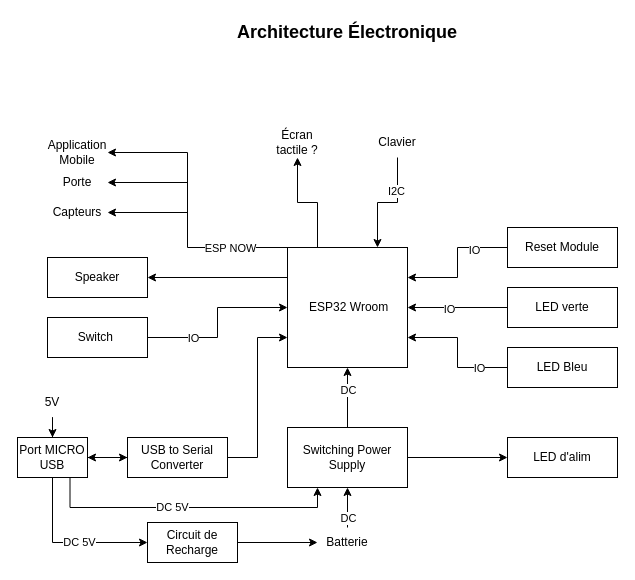
This is Panneau/Architecture/ArchitectureÉlectroniquePanneau.drawio from CamFo/SecurityDoor, a draw.io file, before an edit. Source tidied: cells renumbered, new cells numbered last; positions are measured from the earlier drawing's top-left corner, leaving out a move shared by most shapes. Both pictures are drawn from the tidied source at 100%, with x=0, y=0 at pixel (17, 17).
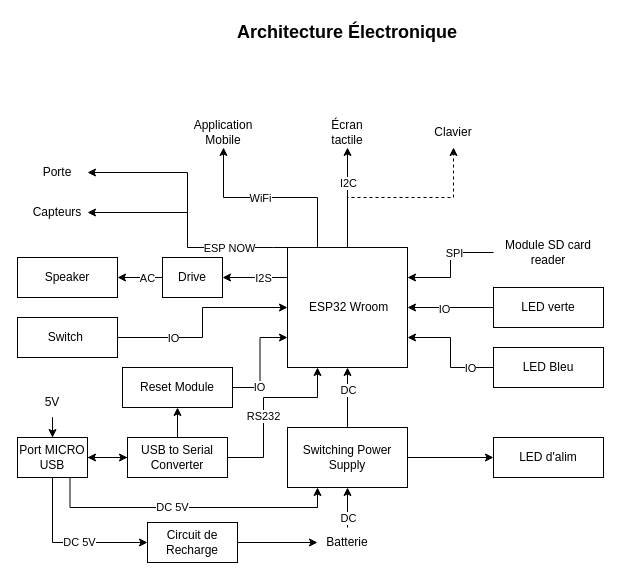
The same page after the edit.

Commit message (it also covers changes not shown here):
Architecture Capteurs et Panneau FINAL

The change refers to these unchanged cells:
```xml
<mxCell id="4" value="&amp;nbsp;ESP32 Wroom" style="whiteSpace=wrap;html=1;" parent="1" vertex="1">
  <mxGeometry x="270" y="230" width="120" height="120" as="geometry" />
</mxCell>
<mxCell id="43" value="USB to Serial Converter" style="rounded=0;whiteSpace=wrap;html=1;" parent="1" vertex="1">
  <mxGeometry x="110" y="420" width="100" height="40" as="geometry" />
</mxCell>
```

Diff of the diagram source:
```diff
@@
-    <mxCell id="2" style="edgeStyle=orthogonalEdgeStyle;rounded=0;jettySize=auto;html=1;entryX=0.5;entryY=1;entryDx=0;entryDy=0;exitX=0.25;exitY=0;exitDx=0;exitDy=0;" parent="1" edge="1" source="4" target="12">
+    <mxCell id="2" style="edgeStyle=orthogonalEdgeStyle;rounded=0;jettySize=auto;html=1;entryX=0.5;entryY=1;entryDx=0;entryDy=0;exitX=0.5;exitY=0;exitDx=0;exitDy=0;" parent="1" edge="1" source="4" target="12">
       <mxGeometry relative="1" as="geometry" />
     </mxCell>
+    <mxCell id="10" value="I2C" style="edgeLabel;html=1;align=center;verticalAlign=middle;" parent="2" vertex="1">
+      <mxGeometry x="-0.22" relative="1" as="geometry">
+        <mxPoint y="-26" as="offset" />
+      </mxGeometry>
+    </mxCell>
-    <mxCell id="3" style="edgeStyle=orthogonalEdgeStyle;rounded=0;jettySize=auto;html=1;entryX=1;entryY=0.5;entryDx=0;entryDy=0;exitX=0;exitY=0.25;exitDx=0;exitDy=0;" parent="1" edge="1" source="4" target="16">
+    <mxCell id="3" style="edgeStyle=orthogonalEdgeStyle;rounded=0;jettySize=auto;html=1;exitX=0;exitY=0.25;exitDx=0;exitDy=0;entryX=1;entryY=0.5;entryDx=0;entryDy=0;" parent="1" edge="1" source="4" target="59">
       <mxGeometry relative="1" as="geometry" />
     </mxCell>
+    <mxCell id="51" value="I2S" style="edgeLabel;html=1;align=center;verticalAlign=middle;" parent="3" vertex="1">
+      <mxGeometry x="-0.23" relative="1" as="geometry" />
+    </mxCell>
+    <mxCell id="52" style="edgeStyle=orthogonalEdgeStyle;rounded=0;jettySize=auto;html=1;exitX=0.5;exitY=0;exitDx=0;exitDy=0;dashed=1;" parent="1" edge="1" source="4" target="11">
+      <mxGeometry relative="1" as="geometry">
+        <Array as="points">
+          <mxPoint x="330" y="180" />
+          <mxPoint x="436" y="180" />
+        </Array>
+      </mxGeometry>
+    </mxCell>
+    <mxCell id="53" style="edgeStyle=orthogonalEdgeStyle;rounded=0;jettySize=auto;html=1;exitX=0.25;exitY=0;exitDx=0;exitDy=0;entryX=0.5;entryY=1;entryDx=0;entryDy=0;" parent="1" edge="1" source="4" target="48">
+      <mxGeometry relative="1" as="geometry" />
+    </mxCell>
+    <mxCell id="54" value="WiFi" style="edgeLabel;html=1;align=center;verticalAlign=middle;" parent="53" vertex="1">
+      <mxGeometry x="0.25" relative="1" as="geometry">
+        <mxPoint x="13" as="offset" />
+      </mxGeometry>
+    </mxCell>
@@
-    <mxCell id="9" style="edgeStyle=orthogonalEdgeStyle;rounded=0;jettySize=auto;html=1;entryX=0.75;entryY=0;entryDx=0;entryDy=0;" parent="1" edge="1" source="11" target="4">
-      <mxGeometry relative="1" as="geometry" />
-    </mxCell>
-    <mxCell id="10" value="I2C" style="edgeLabel;html=1;align=center;verticalAlign=middle;" parent="9" vertex="1">
-      <mxGeometry x="-0.4" y="-2" relative="1" as="geometry" />
-    </mxCell>
-    <mxCell id="11" value="Clavier" style="text;html=1;strokeColor=none;fillColor=none;align=center;verticalAlign=middle;whiteSpace=wrap;rounded=0;" parent="1" vertex="1">
-      <mxGeometry x="350" y="110" width="60" height="30" as="geometry" />
-    </mxCell>
-    <mxCell id="12" value="Écran&lt;br&gt;tactile ?" style="text;html=1;strokeColor=none;fillColor=none;align=center;verticalAlign=middle;whiteSpace=wrap;rounded=0;" parent="1" vertex="1">
-      <mxGeometry x="250" y="110" width="60" height="30" as="geometry" />
+    <mxCell id="12" value="Écran&lt;br&gt;tactile" style="text;html=1;strokeColor=none;fillColor=none;align=center;verticalAlign=middle;whiteSpace=wrap;rounded=0;" parent="1" vertex="1">
+      <mxGeometry x="300" y="100" width="60" height="30" as="geometry" />
     </mxCell>
@@
     <mxCell id="16" value="Speaker" style="rounded=0;whiteSpace=wrap;html=1;" parent="1" vertex="1">
-      <mxGeometry x="30" y="240" width="100" height="40" as="geometry" />
+      <mxGeometry y="240" width="100" height="40" as="geometry" />
     </mxCell>
@@
     <mxCell id="19" value="Switch&amp;nbsp;" style="rounded=0;whiteSpace=wrap;html=1;" parent="1" vertex="1">
-      <mxGeometry x="30" y="300" width="100" height="40" as="geometry" />
+      <mxGeometry y="300" width="100" height="40" as="geometry" />
     </mxCell>
@@
-    <mxCell id="30" style="edgeStyle=orthogonalEdgeStyle;rounded=0;jettySize=auto;html=1;entryX=1;entryY=0.25;entryDx=0;entryDy=0;" parent="1" edge="1" source="32" target="4">
+    <mxCell id="30" style="edgeStyle=orthogonalEdgeStyle;rounded=0;jettySize=auto;html=1;entryX=0;entryY=0.75;entryDx=0;entryDy=0;" parent="1" edge="1" source="32" target="4">
       <mxGeometry relative="1" as="geometry" />
     </mxCell>
     <mxCell id="31" value="IO" style="edgeLabel;html=1;align=center;verticalAlign=middle;" parent="30" vertex="1">
-      <mxGeometry x="-0.47" y="2" relative="1" as="geometry" />
+      <mxGeometry x="-0.5" y="1" relative="1" as="geometry" />
     </mxCell>
     <mxCell id="32" value="Reset Module" style="rounded=0;whiteSpace=wrap;html=1;" parent="1" vertex="1">
-      <mxGeometry x="490" y="210" width="110" height="40" as="geometry" />
+      <mxGeometry x="105" y="350" width="110" height="40" as="geometry" />
     </mxCell>
     <mxCell id="33" value="LED d'alim" style="rounded=0;whiteSpace=wrap;html=1;" parent="1" vertex="1">
-      <mxGeometry x="490" y="420" width="110" height="40" as="geometry" />
+      <mxGeometry x="476" y="420" width="110" height="40" as="geometry" />
     </mxCell>
@@
     <mxCell id="36" value="LED verte" style="rounded=0;whiteSpace=wrap;html=1;" parent="1" vertex="1">
-      <mxGeometry x="490" y="270" width="110" height="40" as="geometry" />
+      <mxGeometry x="476" y="270" width="110" height="40" as="geometry" />
     </mxCell>
@@
     <mxCell id="39" value="LED Bleu" style="rounded=0;whiteSpace=wrap;html=1;" parent="1" vertex="1">
-      <mxGeometry x="490" y="330" width="110" height="40" as="geometry" />
+      <mxGeometry x="476" y="330" width="110" height="40" as="geometry" />
     </mxCell>
     <mxCell id="40" value="Capteurs" style="text;html=1;strokeColor=none;fillColor=none;align=center;verticalAlign=middle;whiteSpace=wrap;rounded=0;" parent="1" vertex="1">
-      <mxGeometry x="30" y="180" width="60" height="30" as="geometry" />
+      <mxGeometry x="10" y="180" width="60" height="30" as="geometry" />
     </mxCell>
-    <mxCell id="41" style="edgeStyle=orthogonalEdgeStyle;rounded=0;jettySize=auto;html=1;entryX=0;entryY=0.75;entryDx=0;entryDy=0;" parent="1" edge="1" source="43" target="4">
-      <mxGeometry relative="1" as="geometry" />
+    <mxCell id="41" style="edgeStyle=orthogonalEdgeStyle;rounded=0;jettySize=auto;html=1;entryX=0.25;entryY=1;entryDx=0;entryDy=0;" parent="1" edge="1" source="43" target="4">
+      <mxGeometry relative="1" as="geometry">
+        <Array as="points">
+          <mxPoint x="246" y="440" />
+          <mxPoint x="246" y="380" />
+          <mxPoint x="300" y="380" />
+        </Array>
+      </mxGeometry>
     </mxCell>
+    <mxCell id="55" value="RS232" style="edgeLabel;html=1;align=center;verticalAlign=middle;" parent="41" vertex="1">
+      <mxGeometry x="-0.13" y="1" relative="1" as="geometry" />
+    </mxCell>
@@
+    <mxCell id="56" style="edgeStyle=orthogonalEdgeStyle;rounded=0;jettySize=auto;html=1;entryX=0.5;entryY=1;entryDx=0;entryDy=0;" parent="1" edge="1" source="43" target="32">
+      <mxGeometry relative="1" as="geometry" />
+    </mxCell>
@@
     <mxCell id="44" style="endArrow=classic;html=1;rounded=0;entryX=1;entryY=0.5;entryDx=0;entryDy=0;exitX=0;exitY=0;exitDx=0;exitDy=0;" parent="1" edge="1" source="4" target="40">
       <mxGeometry relative="1" as="geometry">
         <Array as="points">
+          <mxPoint x="256" y="230" />
           <mxPoint x="170" y="230" />
           <mxPoint x="170" y="195" />
         </Array>
       </mxGeometry>
     </mxCell>
     <mxCell id="45" value="ESP NOW" style="edgeLabel;html=1;align=center;verticalAlign=middle;" parent="44" vertex="1">
       <mxGeometry x="-0.73" relative="1" as="geometry">
-        <mxPoint x="-29" as="offset" />
+        <mxPoint x="-27" as="offset" />
       </mxGeometry>
     </mxCell>
     <mxCell id="46" value="Porte" style="text;html=1;strokeColor=none;fillColor=none;align=center;verticalAlign=middle;whiteSpace=wrap;rounded=0;" parent="1" vertex="1">
-      <mxGeometry x="30" y="150" width="60" height="30" as="geometry" />
+      <mxGeometry x="10" y="140" width="60" height="30" as="geometry" />
     </mxCell>
     <mxCell id="47" style="endArrow=classic;html=1;rounded=0;entryX=1;entryY=0.5;entryDx=0;entryDy=0;" parent="1" edge="1" target="46">
       <mxGeometry relative="1" as="geometry">
         <mxPoint x="170" y="200" as="sourcePoint" />
         <Array as="points">
-          <mxPoint x="170" y="165" />
+          <mxPoint x="170" y="155" />
         </Array>
       </mxGeometry>
     </mxCell>
     <mxCell id="48" value="Application Mobile" style="text;html=1;strokeColor=none;fillColor=none;align=center;verticalAlign=middle;whiteSpace=wrap;rounded=0;" parent="1" vertex="1">
-      <mxGeometry x="30" y="120" width="60" height="30" as="geometry" />
+      <mxGeometry x="176" y="100" width="60" height="30" as="geometry" />
     </mxCell>
-    <mxCell id="49" style="endArrow=classic;html=1;rounded=0;entryX=1;entryY=0.5;entryDx=0;entryDy=0;" parent="1" edge="1" target="48">
-      <mxGeometry relative="1" as="geometry">
-        <mxPoint x="170" y="170" as="sourcePoint" />
-        <Array as="points">
-          <mxPoint x="170" y="135" />
-        </Array>
-      </mxGeometry>
-    </mxCell>
@@
+    <mxCell id="57" style="edgeStyle=orthogonalEdgeStyle;rounded=0;jettySize=auto;html=1;" parent="1" edge="1" source="59" target="16">
+      <mxGeometry relative="1" as="geometry">
+        <Array as="points">
+          <mxPoint x="126" y="260" />
+          <mxPoint x="126" y="260" />
+        </Array>
+      </mxGeometry>
+    </mxCell>
+    <mxCell id="58" value="AC" style="edgeLabel;html=1;align=center;verticalAlign=middle;" parent="57" vertex="1">
+      <mxGeometry x="-0.27" y="-1" relative="1" as="geometry">
+        <mxPoint y="1" as="offset" />
+      </mxGeometry>
+    </mxCell>
+    <mxCell id="59" value="Drive" style="rounded=0;whiteSpace=wrap;html=1;" parent="1" vertex="1">
+      <mxGeometry x="145" y="240" width="60" height="40" as="geometry" />
+    </mxCell>
+    <mxCell id="11" value="Clavier" style="text;html=1;strokeColor=none;fillColor=none;align=center;verticalAlign=middle;whiteSpace=wrap;rounded=0;" parent="1" vertex="1">
+      <mxGeometry x="406" y="100" width="60" height="30" as="geometry" />
+    </mxCell>
+    <mxCell id="60" style="edgeStyle=orthogonalEdgeStyle;rounded=0;jettySize=auto;html=1;entryX=1;entryY=0.25;entryDx=0;entryDy=0;" parent="1" edge="1" source="62" target="4">
+      <mxGeometry relative="1" as="geometry" />
+    </mxCell>
+    <mxCell id="61" value="SPI" style="edgeLabel;html=1;align=center;verticalAlign=middle;" parent="60" vertex="1">
+      <mxGeometry x="0.45" y="-2" relative="1" as="geometry">
+        <mxPoint x="15" y="-23" as="offset" />
+      </mxGeometry>
+    </mxCell>
+    <mxCell id="62" value="Module SD card reader" style="text;html=1;strokeColor=none;fillColor=none;align=center;verticalAlign=middle;whiteSpace=wrap;rounded=0;" parent="1" vertex="1">
+      <mxGeometry x="476" y="220" width="110" height="30" as="geometry" />
+    </mxCell>
```
